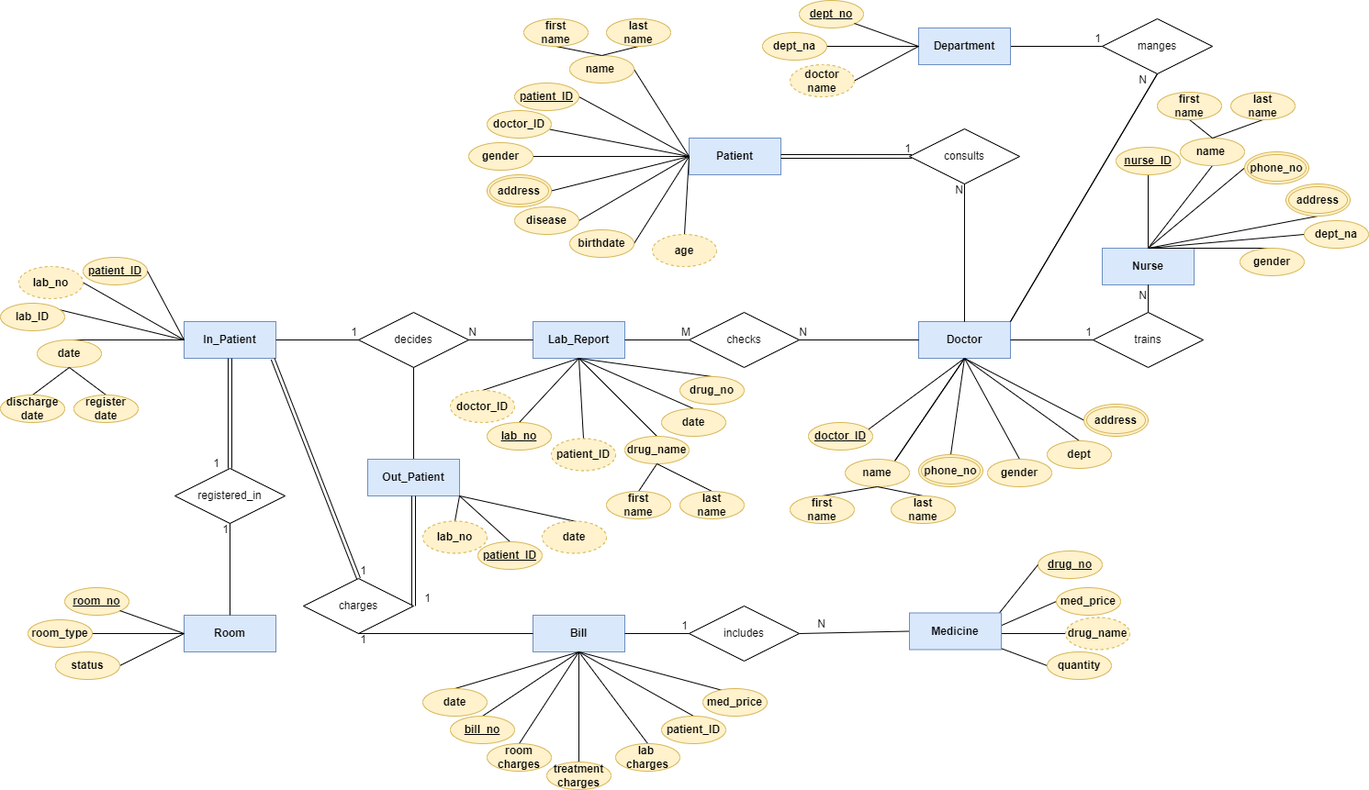
Earlier version of the draw.io export hospital ERD using draw.io.drawio.png (hala034/database-project). Source tidied: cells renumbered, new cells last; positions are measured from the earlier drawing's top-left corner, leaving out a move shared by most shapes.
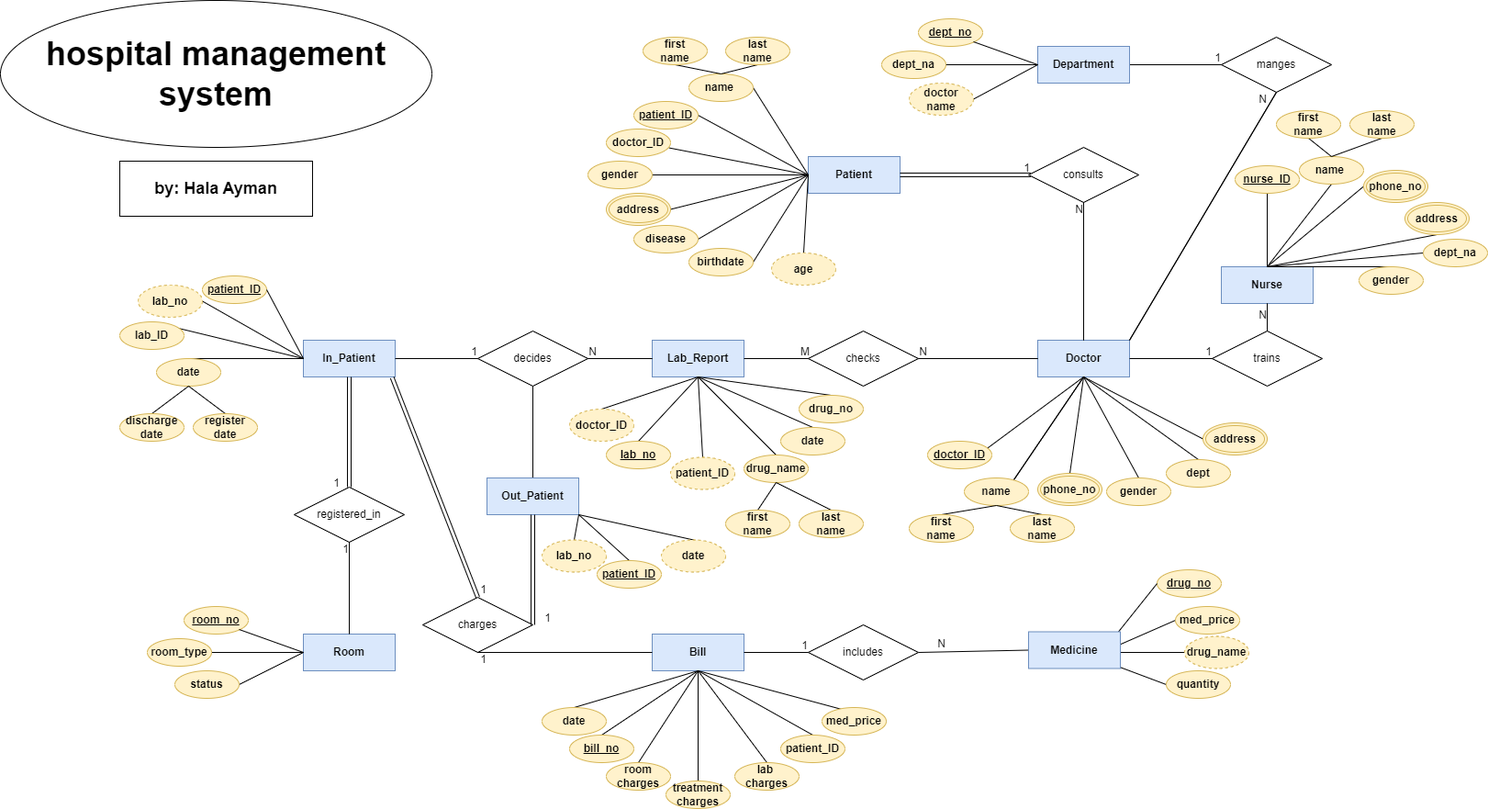
Above is the later version.

The edit, as a diff of the source:
```diff
@@ -636,5 +636,11 @@
     <mxCell id="187" value="&lt;b&gt;Medicine&lt;/b&gt;" style="whiteSpace=wrap;html=1;align=center;fillColor=#dae8fc;strokeColor=#6c8ebf;" parent="1" vertex="1">
       <mxGeometry x="990" y="667.5" width="100" height="40" as="geometry" />
     </mxCell>
+    <mxCell id="188" value="&lt;b style=&quot;border-color: var(--border-color);&quot;&gt;&lt;font style=&quot;border-color: var(--border-color); font-size: 18px;&quot;&gt;by: Hala Ayman&lt;/font&gt;&lt;/b&gt;" style="whiteSpace=wrap;html=1;" parent="1" vertex="1">
+      <mxGeometry y="155" width="210" height="60" as="geometry" />
+    </mxCell>
+    <mxCell id="189" value="&lt;b&gt;&lt;font style=&quot;font-size: 36px;&quot;&gt;hospital management system&lt;/font&gt;&lt;/b&gt;" style="ellipse;whiteSpace=wrap;html=1;" parent="1" vertex="1">
+      <mxGeometry x="-130" y="-20" width="470" height="160" as="geometry" />
+    </mxCell>
   </root>
 </mxGraphModel>
```
